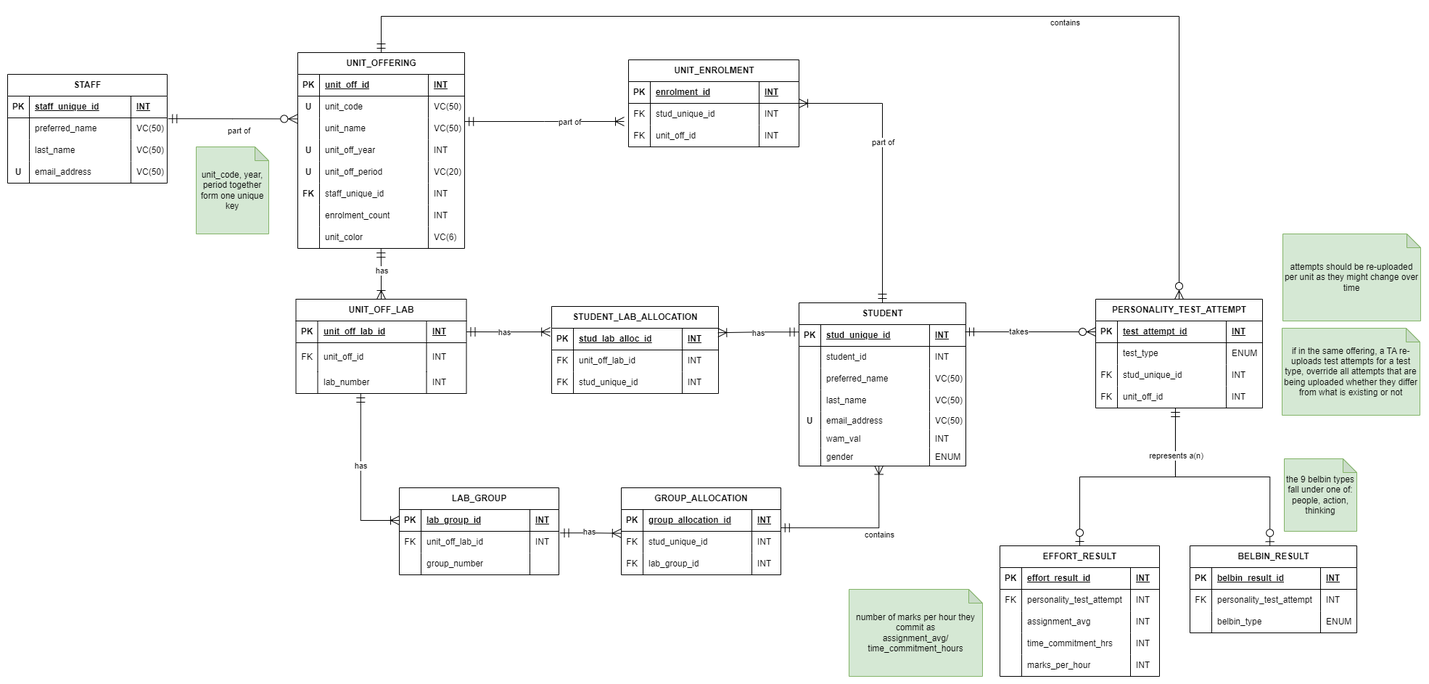
The draw.io diagram docs/contributorsGuide/database_schema.png in Monash-FIT3170/BaLance-Team-Forming-Dashboard, before a commit. Source tidied: cells renumbered, new cells last; positions are measured from the earlier drawing's top-left corner, leaving out a move shared by most shapes.
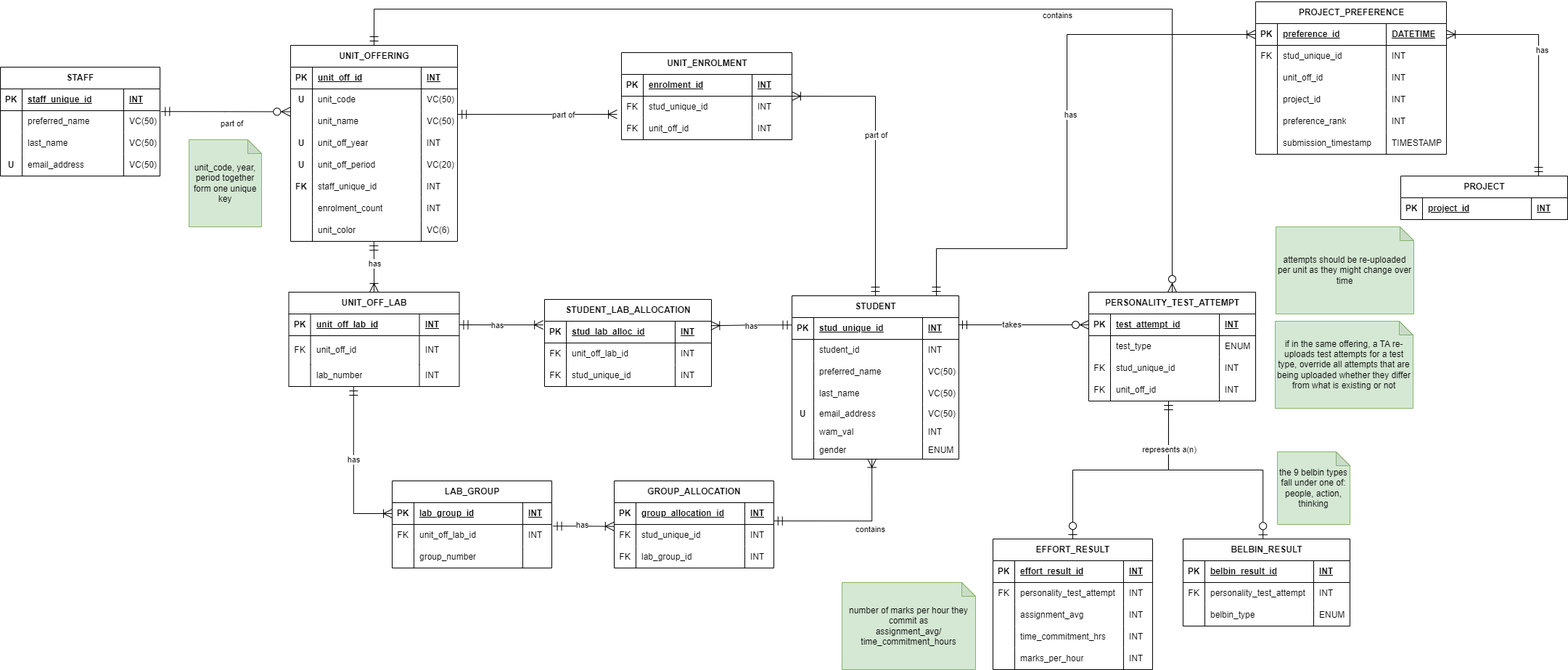
The same diagram one commit later.

The edit, as a diff of the source:
```diff
@@ -715,5 +715,117 @@
     <mxCell id="226" value="has" style="edgeLabel;html=1;align=center;verticalAlign=middle;" parent="225" vertex="1">
       <mxGeometry x="0.13" y="-1" relative="1" as="geometry" />
     </mxCell>
+    <mxCell id="227" value="PROJECT_PREFERENCE" style="shape=table;startSize=30;rowLines=0;fontStyle=1;align=center;html=1;" parent="1" vertex="1">
+      <mxGeometry x="1730" y="-10" width="263" height="210" as="geometry" />
+    </mxCell>
+    <mxCell id="228" style="shape=tableRow;horizontal=0;startSize=0;swimlaneHead=0;swimlaneBody=0;fillColor=none;points=[[0,0.5],[1,0.5]];portConstraint=eastwest;top=0;left=0;right=0;bottom=1;" parent="227" vertex="1">
+      <mxGeometry y="30" width="263" height="30" as="geometry" />
+    </mxCell>
+    <mxCell id="229" value="PK" style="shape=partialRectangle;fillColor=none;top=0;left=0;bottom=0;right=0;fontStyle=1;overflow=hidden;whiteSpace=wrap;html=1;" parent="228" vertex="1">
+      <mxGeometry width="30" height="30" as="geometry" />
+    </mxCell>
+    <mxCell id="230" value="preference_id" style="shape=partialRectangle;fillColor=none;top=0;left=0;bottom=0;right=0;align=left;spacingLeft=6;fontStyle=5;overflow=hidden;whiteSpace=wrap;html=1;" parent="228" vertex="1">
+      <mxGeometry x="30" width="150" height="30" as="geometry" />
+    </mxCell>
+    <mxCell id="231" value="DATETIME" style="shape=partialRectangle;fillColor=none;top=0;left=0;bottom=0;right=0;align=left;spacingLeft=6;fontStyle=5;overflow=hidden;whiteSpace=wrap;html=1;" parent="228" vertex="1">
+      <mxGeometry x="180" width="83" height="30" as="geometry" />
+    </mxCell>
+    <mxCell id="232" style="shape=tableRow;horizontal=0;startSize=0;swimlaneHead=0;swimlaneBody=0;fillColor=none;top=0;left=0;right=0;bottom=0;" parent="227" vertex="1">
+      <mxGeometry y="60" width="263" height="30" as="geometry" />
+    </mxCell>
+    <mxCell id="233" value="FK" style="shape=partialRectangle;fillColor=none;top=0;left=0;bottom=0;right=0;overflow=hidden;whiteSpace=wrap;html=1;" parent="232" vertex="1">
+      <mxGeometry width="30" height="30" as="geometry" />
+    </mxCell>
+    <mxCell id="234" value="stud_unique_id" style="shape=partialRectangle;fillColor=none;top=0;left=0;bottom=0;right=0;align=left;spacingLeft=6;overflow=hidden;whiteSpace=wrap;html=1;" parent="232" vertex="1">
+      <mxGeometry x="30" width="150" height="30" as="geometry" />
+    </mxCell>
+    <mxCell id="235" value="INT" style="shape=partialRectangle;fillColor=none;top=0;left=0;bottom=0;right=0;align=left;spacingLeft=6;overflow=hidden;whiteSpace=wrap;html=1;" parent="232" vertex="1">
+      <mxGeometry x="180" width="83" height="30" as="geometry" />
+    </mxCell>
+    <mxCell id="236" style="shape=tableRow;horizontal=0;startSize=0;swimlaneHead=0;swimlaneBody=0;fillColor=none;top=0;left=0;right=0;bottom=0;" parent="227" vertex="1">
+      <mxGeometry y="90" width="263" height="30" as="geometry" />
+    </mxCell>
+    <mxCell id="237" style="shape=partialRectangle;fillColor=none;top=0;left=0;bottom=0;right=0;overflow=hidden;whiteSpace=wrap;html=1;" parent="236" vertex="1">
+      <mxGeometry width="30" height="30" as="geometry" />
+    </mxCell>
+    <mxCell id="238" value="unit_off_id" style="shape=partialRectangle;fillColor=none;top=0;left=0;bottom=0;right=0;align=left;spacingLeft=6;overflow=hidden;whiteSpace=wrap;html=1;" parent="236" vertex="1">
+      <mxGeometry x="30" width="150" height="30" as="geometry" />
+    </mxCell>
+    <mxCell id="239" value="INT" style="shape=partialRectangle;fillColor=none;top=0;left=0;bottom=0;right=0;align=left;spacingLeft=6;overflow=hidden;whiteSpace=wrap;html=1;" parent="236" vertex="1">
+      <mxGeometry x="180" width="83" height="30" as="geometry" />
+    </mxCell>
+    <mxCell id="240" style="shape=tableRow;horizontal=0;startSize=0;swimlaneHead=0;swimlaneBody=0;fillColor=none;top=0;left=0;right=0;bottom=0;" parent="227" vertex="1">
+      <mxGeometry y="120" width="263" height="30" as="geometry" />
+    </mxCell>
+    <mxCell id="241" style="shape=partialRectangle;fillColor=none;top=0;left=0;bottom=0;right=0;overflow=hidden;whiteSpace=wrap;html=1;" parent="240" vertex="1">
+      <mxGeometry width="30" height="30" as="geometry" />
+    </mxCell>
+    <mxCell id="242" value="project_id" style="shape=partialRectangle;fillColor=none;top=0;left=0;bottom=0;right=0;align=left;spacingLeft=6;overflow=hidden;whiteSpace=wrap;html=1;" parent="240" vertex="1">
+      <mxGeometry x="30" width="150" height="30" as="geometry" />
+    </mxCell>
+    <mxCell id="243" value="INT" style="shape=partialRectangle;fillColor=none;top=0;left=0;bottom=0;right=0;align=left;spacingLeft=6;overflow=hidden;whiteSpace=wrap;html=1;" parent="240" vertex="1">
+      <mxGeometry x="180" width="83" height="30" as="geometry" />
+    </mxCell>
+    <mxCell id="244" style="shape=tableRow;horizontal=0;startSize=0;swimlaneHead=0;swimlaneBody=0;fillColor=none;top=0;left=0;right=0;bottom=0;" parent="227" vertex="1">
+      <mxGeometry y="150" width="263" height="30" as="geometry" />
+    </mxCell>
+    <mxCell id="245" style="shape=partialRectangle;fillColor=none;top=0;left=0;bottom=0;right=0;overflow=hidden;whiteSpace=wrap;html=1;" parent="244" vertex="1">
+      <mxGeometry width="30" height="30" as="geometry" />
+    </mxCell>
+    <mxCell id="246" value="preference_rank" style="shape=partialRectangle;fillColor=none;top=0;left=0;bottom=0;right=0;align=left;spacingLeft=6;overflow=hidden;whiteSpace=wrap;html=1;" parent="244" vertex="1">
+      <mxGeometry x="30" width="150" height="30" as="geometry" />
+    </mxCell>
+    <mxCell id="247" value="INT" style="shape=partialRectangle;fillColor=none;top=0;left=0;bottom=0;right=0;align=left;spacingLeft=6;overflow=hidden;whiteSpace=wrap;html=1;" parent="244" vertex="1">
+      <mxGeometry x="180" width="83" height="30" as="geometry" />
+    </mxCell>
+    <mxCell id="248" style="shape=tableRow;horizontal=0;startSize=0;swimlaneHead=0;swimlaneBody=0;fillColor=none;top=0;left=0;right=0;bottom=0;" parent="227" vertex="1">
+      <mxGeometry y="180" width="263" height="30" as="geometry" />
+    </mxCell>
+    <mxCell id="249" style="shape=partialRectangle;fillColor=none;top=0;left=0;bottom=0;right=0;overflow=hidden;whiteSpace=wrap;html=1;" parent="248" vertex="1">
+      <mxGeometry width="30" height="30" as="geometry" />
+    </mxCell>
+    <mxCell id="250" value="submission_timestamp" style="shape=partialRectangle;fillColor=none;top=0;left=0;bottom=0;right=0;align=left;spacingLeft=6;overflow=hidden;whiteSpace=wrap;html=1;" parent="248" vertex="1">
+      <mxGeometry x="30" width="150" height="30" as="geometry" />
+    </mxCell>
+    <mxCell id="251" value="TIMESTAMP" style="shape=partialRectangle;fillColor=none;top=0;left=0;bottom=0;right=0;align=left;spacingLeft=6;overflow=hidden;whiteSpace=wrap;html=1;" parent="248" vertex="1">
+      <mxGeometry x="180" width="83" height="30" as="geometry" />
+    </mxCell>
+    <mxCell id="252" value="PROJECT" style="shape=table;startSize=30;rowLines=0;fontStyle=1;align=center;html=1;" parent="1" vertex="1">
+      <mxGeometry x="1930" y="230" width="230" height="60" as="geometry" />
+    </mxCell>
+    <mxCell id="253" style="shape=tableRow;horizontal=0;startSize=0;swimlaneHead=0;swimlaneBody=0;fillColor=none;top=0;left=0;right=0;bottom=1;" parent="252" vertex="1">
+      <mxGeometry y="30" width="230" height="30" as="geometry" />
+    </mxCell>
+    <mxCell id="254" value="PK" style="shape=partialRectangle;fillColor=none;top=0;left=0;bottom=0;right=0;fontStyle=1;overflow=hidden;whiteSpace=wrap;html=1;" parent="253" vertex="1">
+      <mxGeometry width="30" height="30" as="geometry" />
+    </mxCell>
+    <mxCell id="255" value="project_id" style="shape=partialRectangle;fillColor=none;top=0;left=0;bottom=0;right=0;align=left;spacingLeft=6;fontStyle=5;overflow=hidden;whiteSpace=wrap;html=1;" parent="253" vertex="1">
+      <mxGeometry x="30" width="150" height="30" as="geometry" />
+    </mxCell>
+    <mxCell id="256" value="INT" style="shape=partialRectangle;fillColor=none;top=0;left=0;bottom=0;right=0;align=left;spacingLeft=6;fontStyle=5;overflow=hidden;whiteSpace=wrap;html=1;" parent="253" vertex="1">
+      <mxGeometry x="180" width="50" height="30" as="geometry" />
+    </mxCell>
+    <mxCell id="257" style="edgeStyle=orthogonalEdgeStyle;rounded=0;jettySize=auto;html=1;entryX=0;entryY=0.5;entryDx=0;entryDy=0;startArrow=ERmandOne;startFill=0;endArrow=ERoneToMany;endFill=0;endSize=10;startSize=10;" parent="1" edge="1" source="77" target="228">
+      <mxGeometry relative="1" as="geometry">
+        <Array as="points">
+          <mxPoint x="1290" y="330" />
+          <mxPoint x="1470" y="330" />
+          <mxPoint x="1470" y="35" />
+        </Array>
+      </mxGeometry>
+    </mxCell>
+    <mxCell id="258" value="has" style="edgeLabel;html=1;align=center;verticalAlign=middle;" parent="257" vertex="1">
+      <mxGeometry x="0.07" y="-4" relative="1" as="geometry" />
+    </mxCell>
+    <mxCell id="259" style="edgeStyle=orthogonalEdgeStyle;rounded=0;jettySize=auto;html=1;startArrow=ERmandOne;startFill=0;endArrow=ERoneToMany;endFill=0;endSize=10;startSize=10;" parent="1" edge="1" source="252" target="228">
+      <mxGeometry relative="1" as="geometry">
+        <Array as="points">
+          <mxPoint x="2120" y="35" />
+        </Array>
+      </mxGeometry>
+    </mxCell>
+    <mxCell id="260" value="has" style="edgeLabel;html=1;align=center;verticalAlign=middle;" parent="259" vertex="1">
+      <mxGeometry x="0.07" y="-4" relative="1" as="geometry" />
+    </mxCell>
   </root>
 </mxGraphModel>
```
